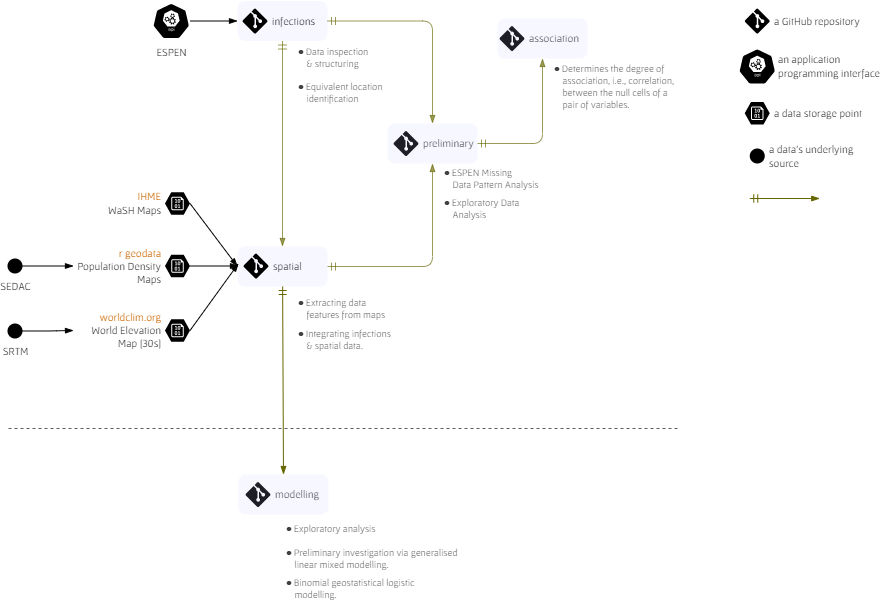
Above: assets/images/flow.png in helminthiases/helminthiases.github.io (draw.io), before the change. Source tidied: cells renumbered, new cells last; positions are measured from the earlier drawing's top-left corner, leaving out a move shared by most shapes.
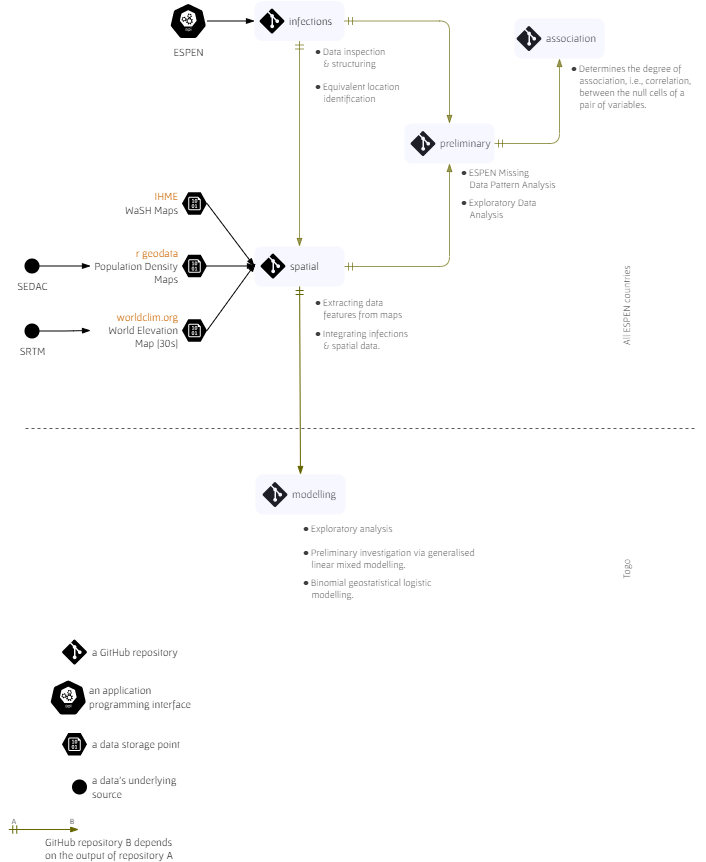
After the change.

Diff of the diagram source:
```diff
@@ -12,23 +12,35 @@
       </mxGeometry>
     </mxCell>
     <mxCell id="4" value="a GitHub repository" style="verticalLabelPosition=middle;html=1;verticalAlign=middle;align=left;strokeColor=none;fillColor=#000000;shape=mxgraph.azure.git_repository;shadow=0;rotation=0;labelPosition=right;spacingRight=1;spacing=5;fontFamily=Gafata;fontSize=11;" parent="1" vertex="1">
-      <mxGeometry x="737.2" y="8" width="25" height="25" as="geometry" />
+      <mxGeometry x="37.5" y="639" width="25" height="25" as="geometry" />
     </mxCell>
     <mxCell id="5" value="an application&lt;br&gt;programming&amp;nbsp;interface" style="sketch=0;html=1;dashed=0;whitespace=wrap;fillColor=#000000;strokeColor=#ffffff;shape=mxgraph.kubernetes.icon;prIcon=api;labelPosition=right;verticalLabelPosition=middle;align=left;verticalAlign=middle;fontFamily=Gafata;fontSize=11;rotation=0;" parent="1" vertex="1">
-      <mxGeometry x="731" y="48" width="37.5" height="36" as="geometry" />
+      <mxGeometry x="25" y="679" width="37.5" height="36" as="geometry" />
     </mxCell>
     <mxCell id="6" value="a data storage point" style="verticalLabelPosition=middle;html=1;verticalAlign=middle;align=left;strokeColor=none;fillColor=#000000;shape=mxgraph.azure.storage_blob;shadow=0;fontFamily=Gafata;fontSize=11;fontColor=#000000;rotation=0;labelPosition=right;spacing=5;" parent="1" vertex="1">
-      <mxGeometry x="737.2" y="101.5" width="25" height="22.5" as="geometry" />
+      <mxGeometry x="37.5" y="732.5" width="25" height="22.5" as="geometry" />
     </mxCell>
     <mxCell id="7" value="a data's underlying&lt;br&gt;source" style="shape=ellipse;html=1;dashed=0;whitespace=wrap;perimeter=ellipsePerimeter;shadow=0;sketch=0;strokeColor=none;strokeWidth=1;fontFamily=Gafata;fontSize=11;fontColor=#000000;fillColor=#000000;rotation=0;labelPosition=right;verticalLabelPosition=middle;align=left;verticalAlign=middle;spacing=5;" parent="1" vertex="1">
-      <mxGeometry x="742.2" y="148" width="15" height="15" as="geometry" />
+      <mxGeometry x="47.5" y="779" width="15" height="15" as="geometry" />
     </mxCell>
-    <mxCell id="8" style="edgeStyle=none;rounded=1;sketch=0;orthogonalLoop=1;jettySize=auto;html=1;shadow=0;strokeWidth=1;fontFamily=Gafata;fontSize=11;fontColor=#000000;startArrow=ERmandOne;startFill=0;endArrow=blockThin;endFill=1;elbow=vertical;strokeColor=#666600;" parent="1" edge="1">
+    <mxCell id="8" value="GitHub repository B depends&lt;br&gt;on the output of repository A&amp;nbsp;" style="edgeStyle=none;rounded=1;sketch=0;orthogonalLoop=1;jettySize=auto;html=1;shadow=0;strokeWidth=1;fontFamily=Gafata;fontSize=11;fontColor=#000000;startArrow=ERmandOne;startFill=0;endArrow=blockThin;endFill=1;elbow=vertical;strokeColor=#666600;labelPosition=right;verticalLabelPosition=bottom;align=left;verticalAlign=top;spacingLeft=0;" parent="1" edge="1">
       <mxGeometry relative="1" as="geometry">
-        <mxPoint x="742.2" y="198" as="sourcePoint" />
-        <mxPoint x="812.2" y="198" as="targetPoint" />
+        <mxPoint x="-15.8" y="829" as="sourcePoint" />
+        <mxPoint x="54.2" y="829" as="targetPoint" />
       </mxGeometry>
     </mxCell>
+    <mxCell id="52" value="&lt;font style=&quot;font-size: 8px;&quot;&gt;B&lt;/font&gt;" style="text;html=1;strokeColor=none;fillColor=none;align=center;verticalAlign=middle;whiteSpace=wrap;rounded=1;fontSize=8;fontFamily=Gafata;" parent="1" vertex="1">
+      <mxGeometry x="43.2" y="811" width="10" height="20" as="geometry" />
+    </mxCell>
+    <mxCell id="53" value="&lt;font style=&quot;font-size: 8px;&quot;&gt;A&lt;/font&gt;" style="text;html=1;strokeColor=none;fillColor=none;align=center;verticalAlign=middle;whiteSpace=wrap;rounded=1;fontSize=8;fontFamily=Gafata;" parent="1" vertex="1">
+      <mxGeometry x="-15" y="811" width="10" height="20" as="geometry" />
+    </mxCell>
+    <mxCell id="54" value="All ESPEN countries" style="text;html=1;strokeColor=none;fillColor=none;align=center;verticalAlign=middle;whiteSpace=wrap;rounded=1;fontFamily=Gafata;fontSize=10;opacity=15;fontColor=#000000;textOpacity=75;direction=south;horizontal=0;" parent="1" vertex="1">
+      <mxGeometry x="594.5" y="254.5" width="14.5" height="101" as="geometry" />
+    </mxCell>
+    <mxCell id="55" value="Togo" style="text;html=1;strokeColor=none;fillColor=none;align=center;verticalAlign=middle;whiteSpace=wrap;rounded=1;fontFamily=Gafata;fontSize=10;opacity=15;fontColor=#000000;textOpacity=75;direction=south;horizontal=0;" parent="1" vertex="1">
+      <mxGeometry x="594.5" y="518" width="14.5" height="101" as="geometry" />
+    </mxCell>
     <mxCell id="9" value="output" parent="0" />
     <mxCell id="10" style="strokeColor=none;fillColor=#CCCCFF;shadow=0;strokeWidth=1;rounded=1;absoluteArcSize=1;arcSize=15;fontSize=12;fontColor=#9E9E9E;align=center;html=1;opacity=15;rotation=0;" parent="9" vertex="1">
       <mxGeometry x="230" y="246" width="90" height="40" as="geometry" />
```
